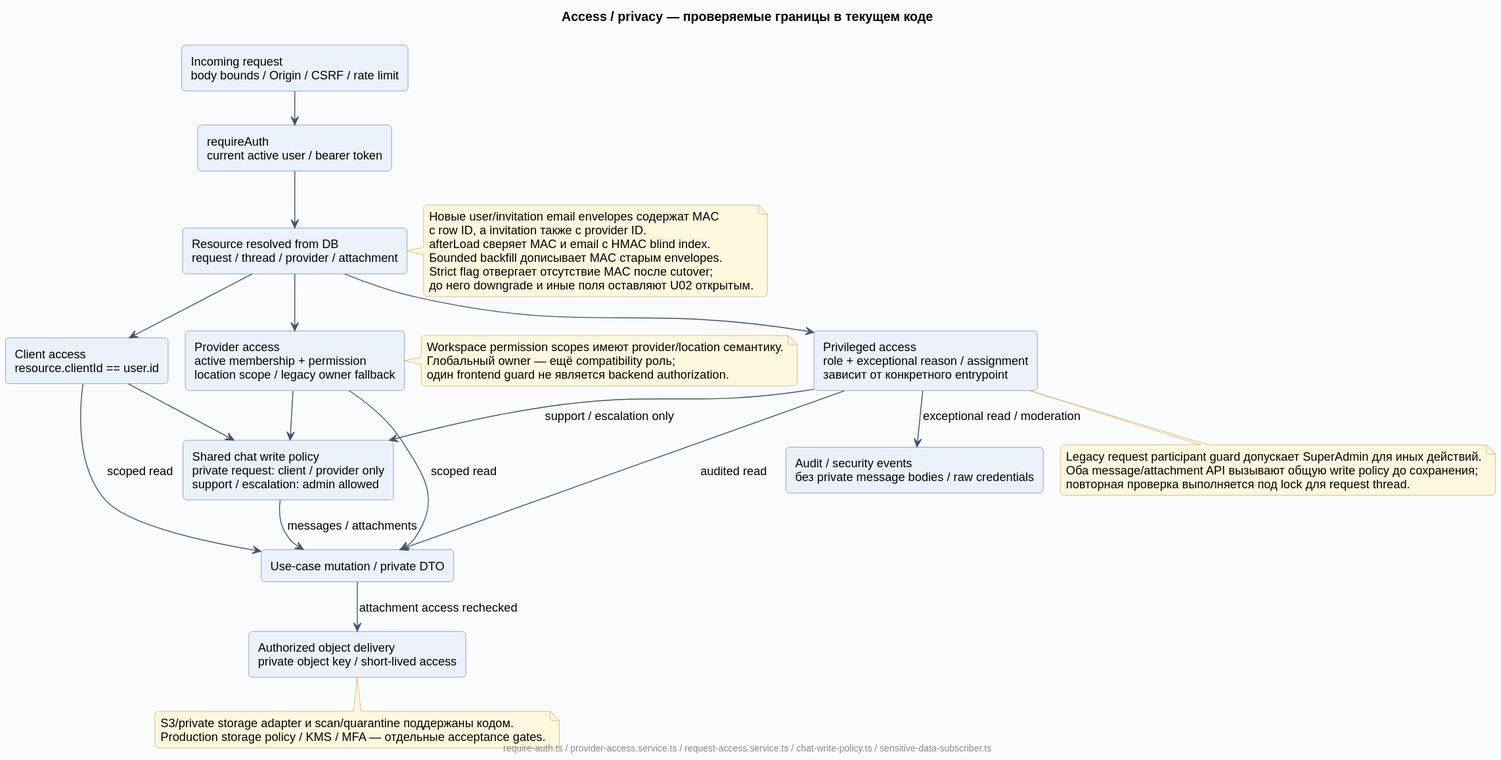
Above: docs/diagrams/rendered/09-access-privacy.svg in Dima163163/auto-care-hub (PlantUML), before the change. The source it was exported from:
```plantuml
@startuml
!include _style.puml
title Access / privacy — проверяемые границы в текущем коде
top to bottom direction
component "Incoming request\nbody bounds / Origin / CSRF / rate limit" as Input
component "requireAuth\ncurrent active user / bearer token" as Auth
component "Resource resolved from DB\nrequest / thread / provider / attachment" as Resource
component "Client access\nresource.clientId == user.id" as Client
component "Provider access\nactive membership + permission\nlocation scope / legacy owner fallback" as Provider
component "Privileged access\nrole + exceptional reason / assignment\nзависит от конкретного entrypoint" as Admin
component "Shared chat write policy\nprivate request: client / provider only\nsupport / escalation: admin allowed" as ChatWrite
component "Use-case mutation / private DTO" as Result
component "Authorized object delivery\nprivate object key / short-lived access" as Object
component "Audit / security events\nбез private message bodies / raw credentials" as Audit
Input --> Auth
Auth --> Resource
Resource --> Client
Resource --> Provider
Resource --> Admin
Client --> Result : scoped read
Provider --> Result : scoped read
Admin --> Result : audited read
Client --> ChatWrite
Provider --> ChatWrite
Admin --> ChatWrite : support / escalation only
ChatWrite --> Result : messages / attachments
Result --> Object : attachment access rechecked
Admin --> Audit : exceptional read / moderation
note right of Provider
  Workspace permission scopes имеют provider/location семантику.
  Глобальный owner — ещё compatibility роль;
  один frontend guard не является backend authorization.
end note
note right of Resource
  Новые user/invitation email envelopes содержат MAC
  с row ID, а invitation также с provider ID.
  afterLoad сверяет MAC и email с HMAC blind index.
  Бounded backfill дописывает MAC старым envelopes.
  Strict flag отвергает отсутствие MAC после cutover;
  до него downgrade и иные поля оставляют U02 открытым.
end note
note bottom of Admin
  Legacy request participant guard допускает SuperAdmin для иных действий.
  Оба message/attachment API вызывают общую write policy до сохранения;
  повторная проверка выполняется под lock для request thread.
end note
note bottom of Object
  S3/private storage adapter и scan/quarantine поддержаны кодом.
  Production storage policy / KMS / MFA — отдельные acceptance gates.
end note
footer require-auth.ts / provider-access.service.ts / request-access.service.ts / chat-write-policy.ts / sensitive-data-subscriber.ts
@enduml
```
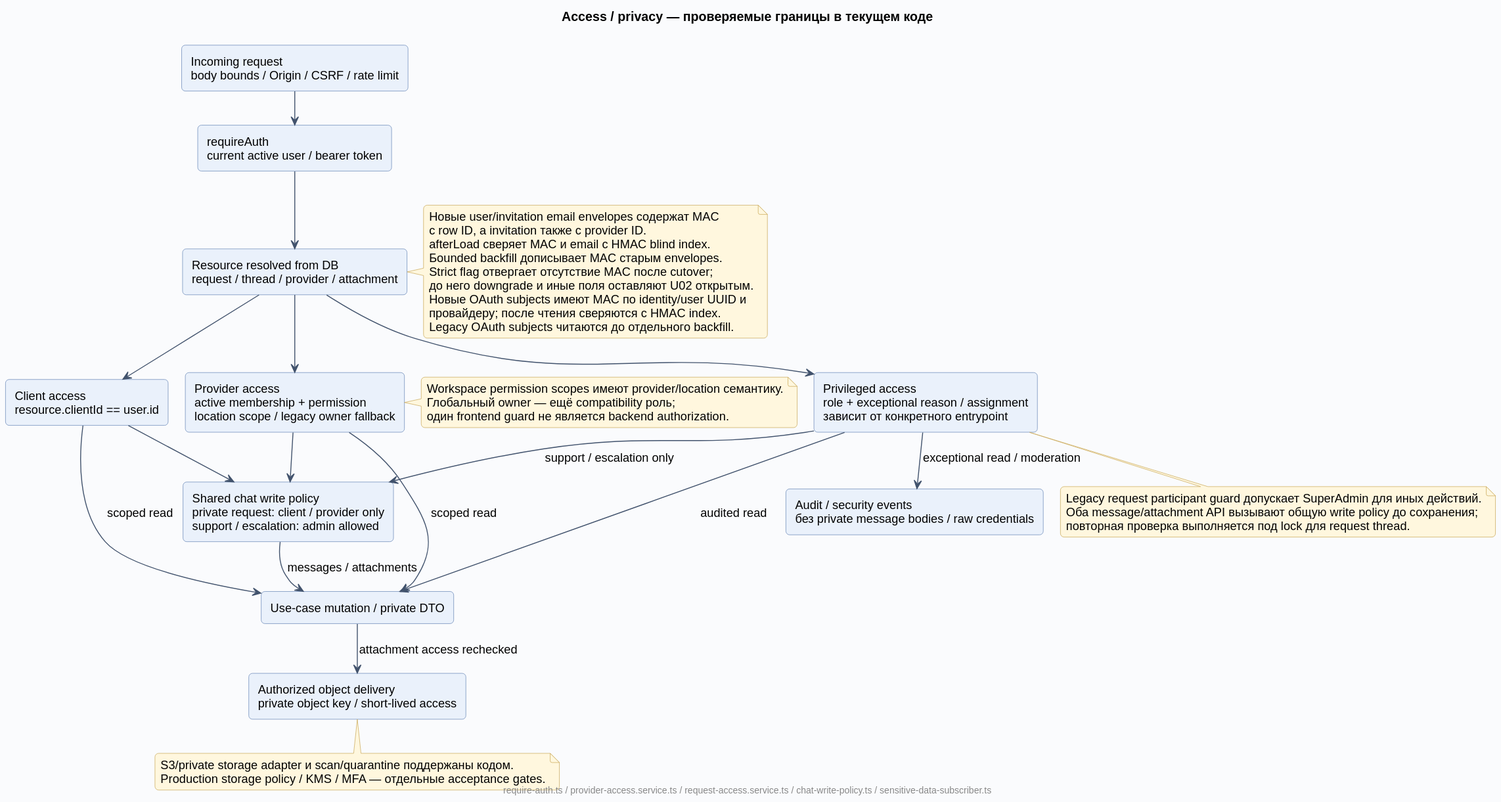
After the change.

What changed in the source:
```diff
@@ -38,6 +38,9 @@
   Бounded backfill дописывает MAC старым envelopes.
   Strict flag отвергает отсутствие MAC после cutover;
   до него downgrade и иные поля оставляют U02 открытым.
+  Новые OAuth subjects имеют MAC по identity/user UUID и
+  провайдеру; после чтения сверяются с HMAC index.
+  Legacy OAuth subjects читаются до отдельного backfill.
 end note
 note bottom of Admin
   Legacy request participant guard допускает SuperAdmin для иных действий.
```
